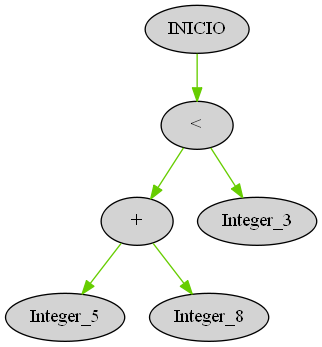
Above: OLC2P12020/AST_proyecto.png in ElmerAlay/OLC21P2020 (Graphviz), before the change. Its source is kept beside it as OLC2P12020/AST_proyecto.dot. Source of this version:
```dot
digraph G { node[shape=oval, style=filled, collor=coral]; edge[color=chartreuse3]; rankdir=UD

"23" [label="INICIO"]
"22" [label="<"]
"23" -> "22"
"22" [label="<"]
"20" [label="+"]
"22" -> "20"
"20" [label="+"]
"18" [label="Integer_5"]
"20" -> "18"
"20" [label="+"]
"19" [label="Integer_8"]
"20" -> "19"
"22" [label="<"]
"21" [label="Integer_3"]
"22" -> "21"

}
```
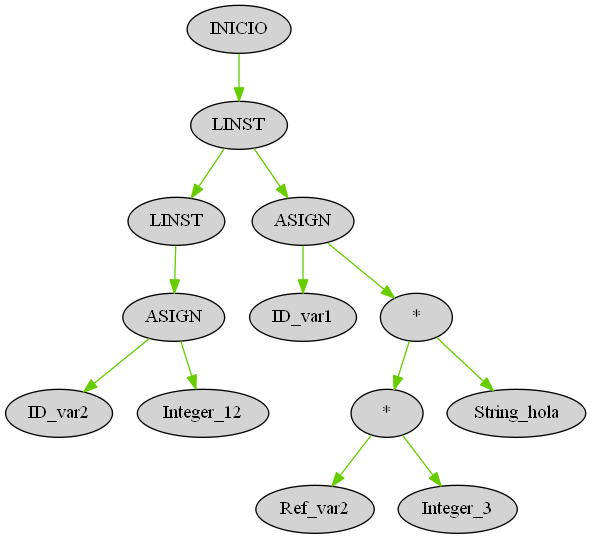
After the commit.

Change to the diagram source:
```diff
@@ -1,19 +1,40 @@
 digraph G { node[shape=oval, style=filled, collor=coral]; edge[color=chartreuse3]; rankdir=UD
 
 "23" [label="INICIO"]
-"22" [label="<"]
+"22" [label="LINST"]
 "23" -> "22"
-"22" [label="<"]
-"20" [label="+"]
-"22" -> "20"
-"20" [label="+"]
-"18" [label="Integer_5"]
-"20" -> "18"
-"20" [label="+"]
-"19" [label="Integer_8"]
-"20" -> "19"
-"22" [label="<"]
-"21" [label="Integer_3"]
+"22" [label="LINST"]
+"14" [label="LINST"]
+"22" -> "14"
+"14" [label="LINST"]
+"13" [label="ASIGN"]
+"14" -> "13"
+"13" [label="ASIGN"]
+"12" [label="ID_var2"]
+"13" -> "12"
+"13" [label="ASIGN"]
+"11" [label="Integer_12"]
+"13" -> "11"
+"22" [label="LINST"]
+"21" [label="ASIGN"]
 "22" -> "21"
+"21" [label="ASIGN"]
+"20" [label="ID_var1"]
+"21" -> "20"
+"21" [label="ASIGN"]
+"19" [label="*"]
+"21" -> "19"
+"19" [label="*"]
+"17" [label="*"]
+"19" -> "17"
+"17" [label="*"]
+"15" [label="Ref_var2"]
+"17" -> "15"
+"17" [label="*"]
+"16" [label="Integer_3"]
+"17" -> "16"
+"19" [label="*"]
+"18" [label="String_hola"]
+"19" -> "18"
 
 }
```
